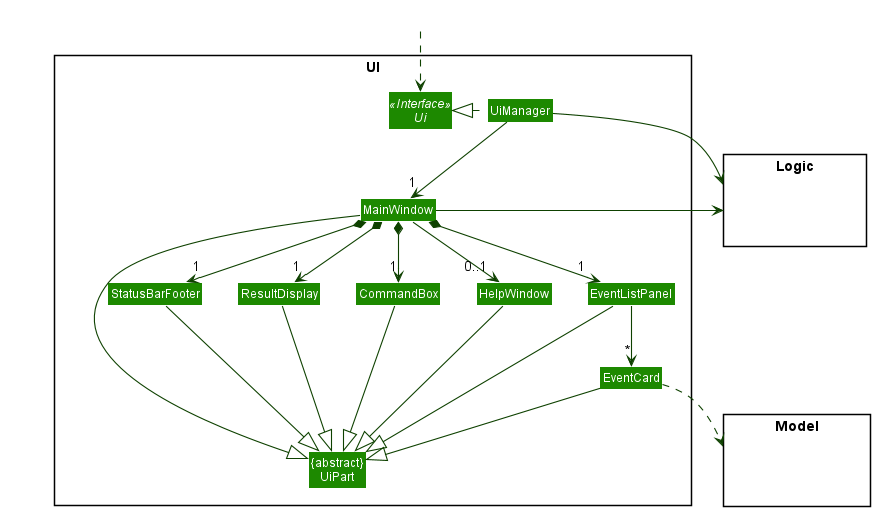
Earlier version of the PlantUML export docs/images/UiClassDiagram.png (ruthpohrp/tp).
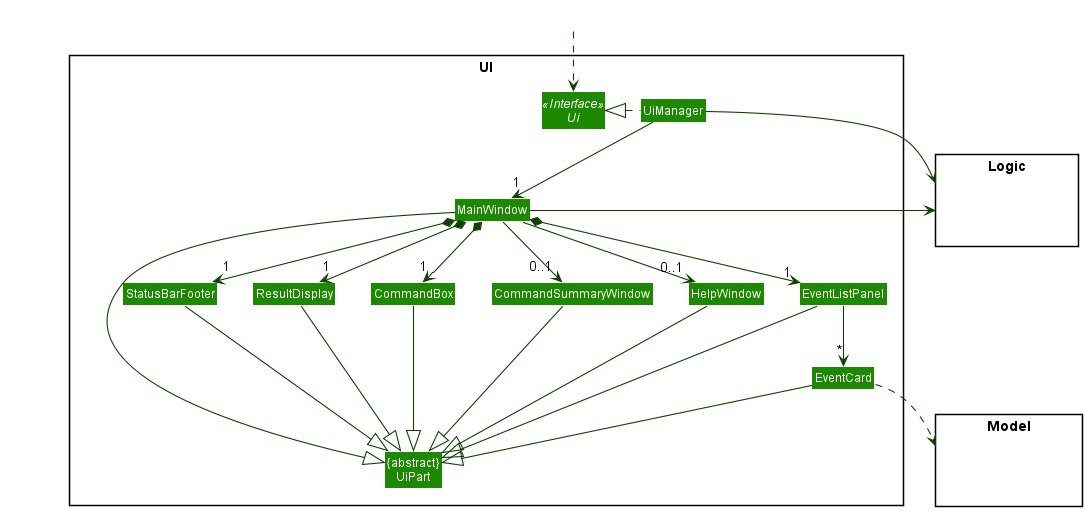
Above is the later version.

The edit, as a diff of the source:
```diff
@@ -15,6 +15,7 @@
 Class EventCard
 Class StatusBarFooter
 Class CommandBox
+Class CommandSummaryWindow
 }
 
 package Model <<Rectangle>> {
@@ -35,6 +36,7 @@
 MainWindow *-down-> "1" EventListPanel
 MainWindow *-down-> "1" StatusBarFooter
 MainWindow --> "0..1" HelpWindow
+MainWindow --> "0..1" CommandSummaryWindow
 
 EventListPanel -down-> "*" EventCard
 
@@ -46,13 +48,15 @@
 EventCard --|> UiPart
 StatusBarFooter --|> UiPart
 HelpWindow --|> UiPart
+CommandSummaryWindow --|> UiPart
 
 EventCard ..> Model
 UiManager -right-> Logic
 MainWindow -left-> Logic
 
 EventListPanel -[hidden]left- HelpWindow
-HelpWindow -[hidden]left- CommandBox
+HelpWindow -[hidden]left- CommandSummaryWindow
+CommandSummaryWindow -[hidden]left- CommandBox
 CommandBox -[hidden]left- ResultDisplay
 ResultDisplay -[hidden]left- StatusBarFooter
 
```
